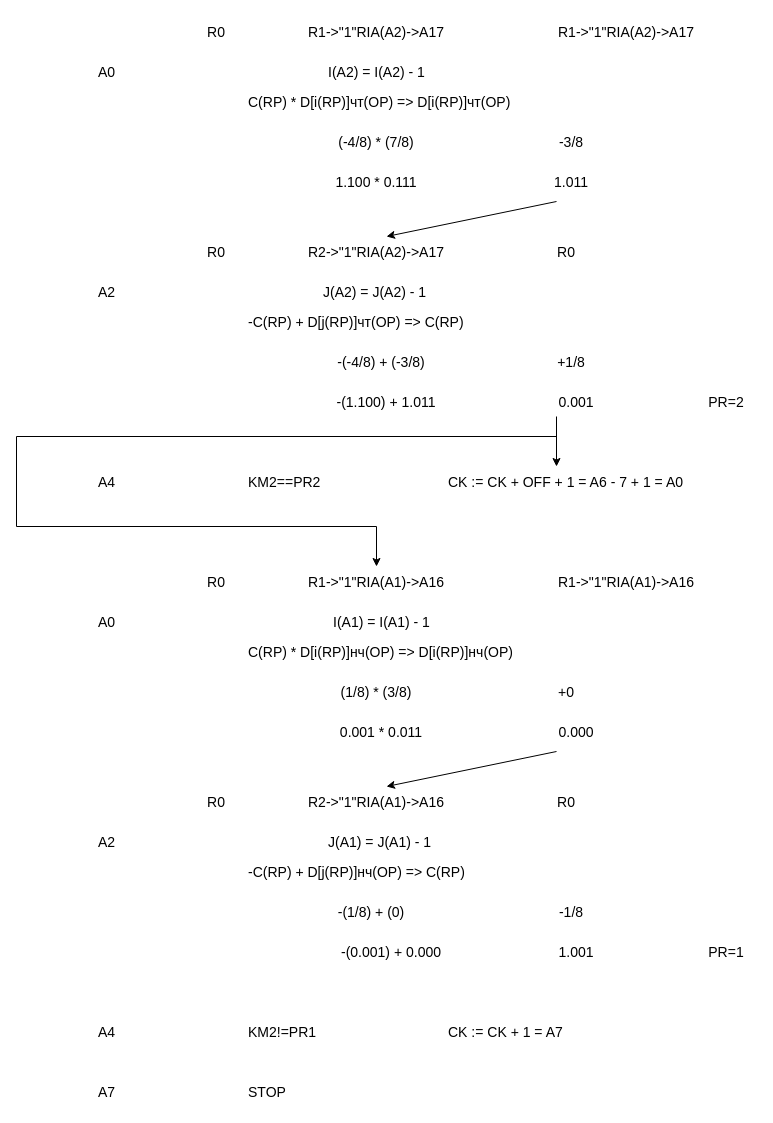
This is kursach/buk/program2.drawio from Altzgamer/schemotechnika25-26, a draw.io file, before an edit. Source tidied: cells renumbered, new cells numbered last; positions are measured from the earlier drawing's top-left corner, leaving out a move shared by most shapes. Both pictures are drawn from the tidied source at 100%, with x=0, y=0 at pixel (16, 16).
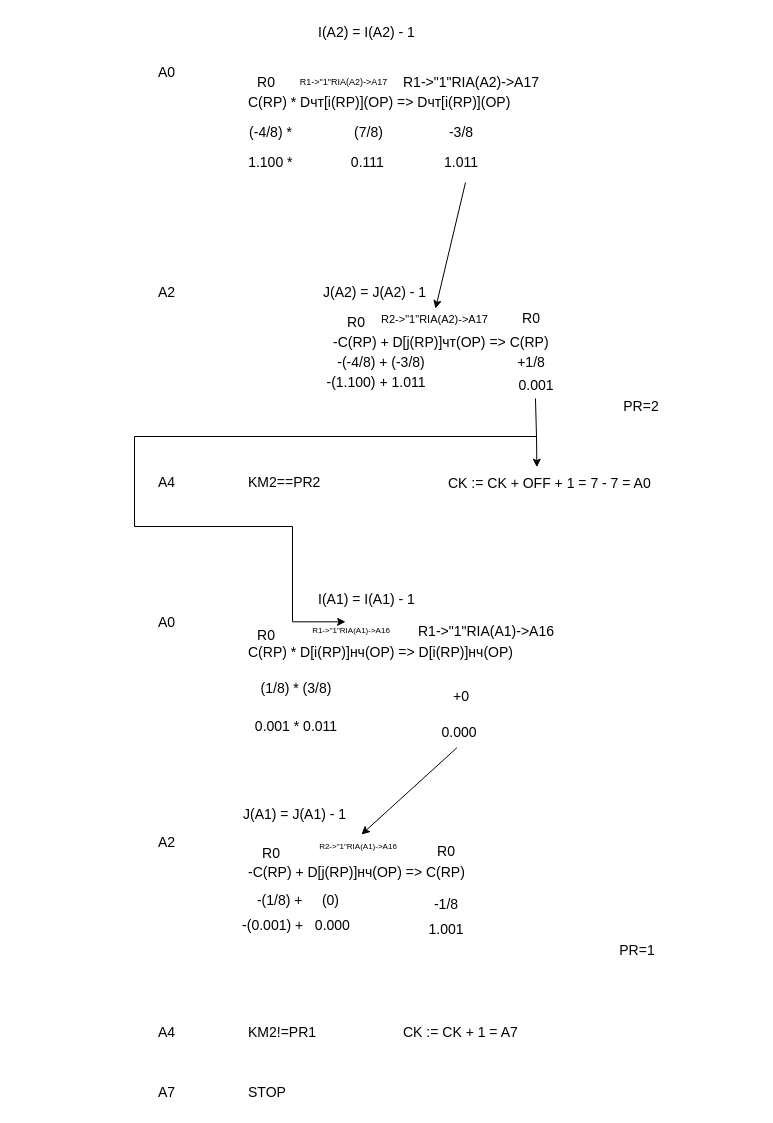
After the change.

The edit, as a diff of the source:
```diff
@@
     <mxCell id="2" value="R0" style="text;html=0;align=center;verticalAlign=middle;strokeColor=none;fillColor=none;fontSize=14;fontFamily=Arial;" parent="1" vertex="1">
-      <mxGeometry x="180" width="40" height="30" as="geometry" />
+      <mxGeometry x="230" y="50" width="40" height="30" as="geometry" />
     </mxCell>
-    <mxCell id="3" value="R1-&gt;&quot;1&quot;RIA(A2)-&gt;A17" style="text;html=0;align=center;verticalAlign=middle;strokeColor=none;fillColor=none;fontSize=14;fontFamily=Arial;" parent="1" vertex="1">
-      <mxGeometry x="280" width="160" height="30" as="geometry" />
+    <mxCell id="3" value="R1-&gt;&quot;1&quot;RIA(A2)-&gt;A17" style="text;html=0;align=center;verticalAlign=middle;strokeColor=none;fillColor=none;fontSize=9;fontFamily=Arial;" parent="1" vertex="1">
+      <mxGeometry x="275" y="54" width="105" height="23" as="geometry" />
     </mxCell>
     <mxCell id="4" value="R1-&gt;&quot;1&quot;RIA(A2)-&gt;A17" style="text;html=0;align=center;verticalAlign=middle;strokeColor=none;fillColor=none;fontSize=14;fontFamily=Arial;" parent="1" vertex="1">
-      <mxGeometry x="530" width="160" height="30" as="geometry" />
+      <mxGeometry x="375" y="50" width="160" height="30" as="geometry" />
     </mxCell>
     <mxCell id="5" value="A0" style="text;html=0;align=left;verticalAlign=middle;strokeColor=none;fillColor=none;fontSize=14;fontFamily=Arial;" parent="1" vertex="1">
-      <mxGeometry x="80" y="40" width="40" height="30" as="geometry" />
+      <mxGeometry x="140" y="40" width="40" height="30" as="geometry" />
     </mxCell>
-    <mxCell id="6" value="C(RP)   *   D[i(RP)]чт(OP) =&gt; D[i(RP)]чт(OP)" style="text;html=0;align=left;verticalAlign=middle;strokeColor=none;fillColor=none;fontSize=14;fontFamily=Arial;" parent="1" vertex="1">
-      <mxGeometry x="230" y="70" width="300" height="30" as="geometry" />
+    <mxCell id="6" value="C(RP)   *   Dчт[i(RP)](OP) =&gt; Dчт[i(RP)](OP)" style="text;html=0;align=left;verticalAlign=middle;strokeColor=none;fillColor=none;fontSize=14;fontFamily=Arial;" parent="1" vertex="1">
+      <mxGeometry x="230" y="70" width="290" height="30" as="geometry" />
     </mxCell>
     <mxCell id="7" value="I(A2) = I(A2) - 1" style="text;html=0;align=left;verticalAlign=middle;strokeColor=none;fillColor=none;fontSize=14;fontFamily=Arial;" parent="1" vertex="1">
-      <mxGeometry x="310" y="40" width="120" height="30" as="geometry" />
+      <mxGeometry x="300" width="120" height="30" as="geometry" />
     </mxCell>
-    <mxCell id="8" value="(-4/8) * (7/8)" style="text;html=0;align=center;verticalAlign=middle;strokeColor=none;fillColor=none;fontSize=14;fontFamily=Arial;" parent="1" vertex="1">
-      <mxGeometry x="310" y="110" width="100" height="30" as="geometry" />
+    <mxCell id="8" value="(-4/8) *                (7/8)" style="text;html=0;align=center;verticalAlign=middle;strokeColor=none;fillColor=none;fontSize=14;fontFamily=Arial;" parent="1" vertex="1">
+      <mxGeometry x="220" y="100" width="160" height="30" as="geometry" />
     </mxCell>
     <mxCell id="9" value="-3/8" style="text;html=0;align=center;verticalAlign=middle;strokeColor=none;fillColor=none;fontSize=14;fontFamily=Arial;" parent="1" vertex="1">
-      <mxGeometry x="530" y="110" width="50" height="30" as="geometry" />
+      <mxGeometry x="420" y="100" width="50" height="30" as="geometry" />
     </mxCell>
-    <mxCell id="10" value="1.100 * 0.111" style="text;html=0;align=center;verticalAlign=middle;strokeColor=none;fillColor=none;fontSize=14;fontFamily=Arial;" parent="1" vertex="1">
-      <mxGeometry x="310" y="150" width="100" height="30" as="geometry" />
+    <mxCell id="10" value="1.100 *               0.111" style="text;html=0;align=center;verticalAlign=middle;strokeColor=none;fillColor=none;fontSize=14;fontFamily=Arial;" parent="1" vertex="1">
+      <mxGeometry x="220" y="130" width="160" height="30" as="geometry" />
     </mxCell>
     <mxCell id="11" value="1.011" style="text;html=0;align=center;verticalAlign=middle;strokeColor=none;fillColor=none;fontSize=14;fontFamily=Arial;" parent="1" vertex="1">
-      <mxGeometry x="530" y="150" width="50" height="30" as="geometry" />
+      <mxGeometry x="420" y="130" width="50" height="30" as="geometry" />
     </mxCell>
     <mxCell id="12" value="R0" style="text;html=0;align=center;verticalAlign=middle;strokeColor=none;fillColor=none;fontSize=14;fontFamily=Arial;" parent="1" vertex="1">
-      <mxGeometry x="180" y="220" width="40" height="30" as="geometry" />
+      <mxGeometry x="320" y="290" width="40" height="30" as="geometry" />
     </mxCell>
-    <mxCell id="13" value="R2-&gt;&quot;1&quot;RIA(A2)-&gt;A17" style="text;html=0;align=center;verticalAlign=middle;points=[];strokeColor=none;fillColor=none;fontSize=14;fontFamily=Arial;" parent="1" vertex="1">
-      <mxGeometry x="280" y="220" width="160" height="30" as="geometry" />
+    <mxCell id="13" value="R2-&gt;&quot;1&quot;RIA(A2)-&gt;A17" style="text;html=0;align=center;verticalAlign=middle;points=[];strokeColor=none;fillColor=none;fontSize=11;fontFamily=Arial;" parent="1" vertex="1">
+      <mxGeometry x="356" y="290" width="125" height="25" as="geometry" />
     </mxCell>
     <mxCell id="14" value="R0" style="text;html=0;align=center;verticalAlign=middle;strokeColor=none;fillColor=none;fontSize=14;fontFamily=Arial;" parent="1" vertex="1">
-      <mxGeometry x="530" y="220" width="40" height="30" as="geometry" />
+      <mxGeometry x="495" y="286" width="40" height="30" as="geometry" />
     </mxCell>
     <mxCell id="15" value="A2" style="text;html=0;align=left;verticalAlign=middle;strokeColor=none;fillColor=none;fontSize=14;fontFamily=Arial;" parent="1" vertex="1">
-      <mxGeometry x="80" y="260" width="40" height="30" as="geometry" />
+      <mxGeometry x="140" y="260" width="40" height="30" as="geometry" />
     </mxCell>
     <mxCell id="16" value="-C(RP)   +   D[j(RP)]чт(OP) =&gt; C(RP)" style="text;html=0;align=left;verticalAlign=middle;strokeColor=none;fillColor=none;fontSize=14;fontFamily=Arial;" parent="1" vertex="1">
-      <mxGeometry x="230" y="290" width="280" height="30" as="geometry" />
+      <mxGeometry x="315" y="310" width="280" height="30" as="geometry" />
     </mxCell>
@@
     <mxCell id="19" value="+1/8" style="text;html=0;align=center;verticalAlign=middle;strokeColor=none;fillColor=none;fontSize=14;fontFamily=Arial;" parent="1" vertex="1">
-      <mxGeometry x="530" y="330" width="50" height="30" as="geometry" />
+      <mxGeometry x="490" y="330" width="50" height="30" as="geometry" />
     </mxCell>
     <mxCell id="20" value="-(1.100) + 1.011" style="text;html=0;align=center;verticalAlign=middle;strokeColor=none;fillColor=none;fontSize=14;fontFamily=Arial;" parent="1" vertex="1">
-      <mxGeometry x="310" y="370" width="120" height="30" as="geometry" />
+      <mxGeometry x="300" y="350" width="120" height="30" as="geometry" />
     </mxCell>
     <mxCell id="21" value="0.001" style="text;html=0;align=center;verticalAlign=middle;points=[];strokeColor=none;fillColor=none;fontSize=14;fontFamily=Arial;" parent="1" vertex="1">
-      <mxGeometry x="530" y="370" width="60" height="30" as="geometry" />
+      <mxGeometry x="490" y="353" width="60" height="30" as="geometry" />
     </mxCell>
     <mxCell id="22" value="PR=2" style="text;html=0;align=center;verticalAlign=middle;strokeColor=none;fillColor=none;fontSize=14;fontFamily=Arial;" parent="1" vertex="1">
-      <mxGeometry x="680" y="370" width="60" height="30" as="geometry" />
+      <mxGeometry x="595" y="374" width="60" height="30" as="geometry" />
     </mxCell>
     <mxCell id="23" value="A4" style="text;html=0;align=left;verticalAlign=middle;strokeColor=none;fillColor=none;fontSize=14;fontFamily=Arial;" parent="1" vertex="1">
-      <mxGeometry x="80" y="450" width="40" height="30" as="geometry" />
+      <mxGeometry x="140" y="450" width="40" height="30" as="geometry" />
     </mxCell>
@@
-    <mxCell id="25" value="CK := CK + OFF + 1 = A6 - 7 + 1 = A0" style="text;html=0;align=left;verticalAlign=middle;points=[];strokeColor=none;fillColor=none;fontSize=14;fontFamily=Arial;" parent="1" vertex="1">
-      <mxGeometry x="430" y="450" width="280" height="30" as="geometry" />
+    <mxCell id="25" value="CK := CK + OFF + 1 = 7 - 7 = A0" style="text;html=0;align=left;verticalAlign=middle;points=[];strokeColor=none;fillColor=none;fontSize=14;fontFamily=Arial;" parent="1" vertex="1">
+      <mxGeometry x="430" y="451" width="221" height="29" as="geometry" />
     </mxCell>
     <mxCell id="26" value="R0" style="text;html=0;align=center;verticalAlign=middle;strokeColor=none;fillColor=none;fontSize=14;fontFamily=Arial;" parent="1" vertex="1">
-      <mxGeometry x="180" y="550" width="40" height="30" as="geometry" />
+      <mxGeometry x="230" y="603" width="40" height="30" as="geometry" />
     </mxCell>
-    <mxCell id="27" value="R1-&gt;&quot;1&quot;RIA(A1)-&gt;A16" style="text;html=0;align=center;verticalAlign=middle;points=[];strokeColor=none;fillColor=none;fontSize=14;fontFamily=Arial;" parent="1" vertex="1">
-      <mxGeometry x="280" y="550" width="160" height="30" as="geometry" />
+    <mxCell id="27" value="R1-&gt;&quot;1&quot;RIA(A1)-&gt;A16" style="text;html=0;align=center;verticalAlign=middle;points=[];strokeColor=none;fillColor=none;fontSize=8;fontFamily=Arial;" parent="1" vertex="1">
+      <mxGeometry x="287" y="603" width="96" height="22" as="geometry" />
     </mxCell>
     <mxCell id="28" value="R1-&gt;&quot;1&quot;RIA(A1)-&gt;A16" style="text;html=0;align=center;verticalAlign=middle;strokeColor=none;fillColor=none;fontSize=14;fontFamily=Arial;" parent="1" vertex="1">
-      <mxGeometry x="530" y="550" width="160" height="30" as="geometry" />
+      <mxGeometry x="390" y="599" width="160" height="30" as="geometry" />
     </mxCell>
     <mxCell id="29" value="A0" style="text;html=0;align=left;verticalAlign=middle;strokeColor=none;fillColor=none;fontSize=14;fontFamily=Arial;" parent="1" vertex="1">
-      <mxGeometry x="80" y="590" width="40" height="30" as="geometry" />
+      <mxGeometry x="140" y="590" width="40" height="30" as="geometry" />
     </mxCell>
@@
     <mxCell id="31" value="I(A1) = I(A1) - 1" style="text;html=0;align=left;verticalAlign=middle;strokeColor=none;fillColor=none;fontSize=14;fontFamily=Arial;" parent="1" vertex="1">
-      <mxGeometry x="315" y="590" width="120" height="30" as="geometry" />
+      <mxGeometry x="300" y="567" width="120" height="30" as="geometry" />
     </mxCell>
     <mxCell id="32" value="(1/8) * (3/8)" style="text;html=0;align=center;verticalAlign=middle;strokeColor=none;fillColor=none;fontSize=14;fontFamily=Arial;" parent="1" vertex="1">
-      <mxGeometry x="310" y="660" width="100" height="30" as="geometry" />
+      <mxGeometry x="230" y="656" width="100" height="30" as="geometry" />
     </mxCell>
     <mxCell id="33" value="+0" style="text;html=0;align=center;verticalAlign=middle;strokeColor=none;fillColor=none;fontSize=14;fontFamily=Arial;" parent="1" vertex="1">
-      <mxGeometry x="530" y="660" width="40" height="30" as="geometry" />
+      <mxGeometry x="425" y="664" width="40" height="30" as="geometry" />
     </mxCell>
     <mxCell id="34" value="0.001 * 0.011" style="text;html=0;align=center;verticalAlign=middle;strokeColor=none;fillColor=none;fontSize=14;fontFamily=Arial;" parent="1" vertex="1">
-      <mxGeometry x="310" y="700" width="110" height="30" as="geometry" />
+      <mxGeometry x="225" y="694" width="110" height="30" as="geometry" />
     </mxCell>
     <mxCell id="35" value="0.000" style="text;html=0;align=center;verticalAlign=middle;points=[];strokeColor=none;fillColor=none;fontSize=14;fontFamily=Arial;" parent="1" vertex="1">
-      <mxGeometry x="530" y="700" width="60" height="30" as="geometry" />
+      <mxGeometry x="413" y="700" width="60" height="30" as="geometry" />
     </mxCell>
     <mxCell id="36" value="R0" style="text;html=0;align=center;verticalAlign=middle;strokeColor=none;fillColor=none;fontSize=14;fontFamily=Arial;" parent="1" vertex="1">
-      <mxGeometry x="180" y="770" width="40" height="30" as="geometry" />
+      <mxGeometry x="235" y="821" width="40" height="30" as="geometry" />
     </mxCell>
-    <mxCell id="37" value="R2-&gt;&quot;1&quot;RIA(A1)-&gt;A16" style="text;html=0;align=center;verticalAlign=middle;points=[];strokeColor=none;fillColor=none;fontSize=14;fontFamily=Arial;" parent="1" vertex="1">
-      <mxGeometry x="280" y="770" width="160" height="30" as="geometry" />
+    <mxCell id="37" value="R2-&gt;&quot;1&quot;RIA(A1)-&gt;A16" style="text;html=0;align=center;verticalAlign=middle;points=[];strokeColor=none;fillColor=none;fontSize=8;fontFamily=Arial;" parent="1" vertex="1">
+      <mxGeometry x="294" y="819" width="96" height="22" as="geometry" />
     </mxCell>
     <mxCell id="38" value="R0" style="text;html=0;align=center;verticalAlign=middle;strokeColor=none;fillColor=none;fontSize=14;fontFamily=Arial;" parent="1" vertex="1">
-      <mxGeometry x="530" y="770" width="40" height="30" as="geometry" />
+      <mxGeometry x="410" y="819" width="40" height="30" as="geometry" />
     </mxCell>
     <mxCell id="39" value="A2" style="text;html=0;align=left;verticalAlign=middle;strokeColor=none;fillColor=none;fontSize=14;fontFamily=Arial;" parent="1" vertex="1">
-      <mxGeometry x="80" y="810" width="40" height="30" as="geometry" />
+      <mxGeometry x="140" y="810" width="40" height="30" as="geometry" />
     </mxCell>
@@
     <mxCell id="41" value="J(A1) = J(A1) - 1" style="text;html=0;align=left;verticalAlign=middle;strokeColor=none;fillColor=none;fontSize=14;fontFamily=Arial;" parent="1" vertex="1">
-      <mxGeometry x="310" y="810" width="130" height="30" as="geometry" />
+      <mxGeometry x="225" y="782" width="130" height="30" as="geometry" />
     </mxCell>
-    <mxCell id="42" value="-(1/8) + (0)" style="text;html=0;align=center;verticalAlign=middle;strokeColor=none;fillColor=none;fontSize=14;fontFamily=Arial;" parent="1" vertex="1">
-      <mxGeometry x="310" y="880" width="90" height="30" as="geometry" />
+    <mxCell id="42" value="-(1/8) +     (0)" style="text;html=0;align=center;verticalAlign=middle;strokeColor=none;fillColor=none;fontSize=14;fontFamily=Arial;" parent="1" vertex="1">
+      <mxGeometry x="232" y="868" width="100" height="29" as="geometry" />
     </mxCell>
     <mxCell id="43" value="-1/8" style="text;html=0;align=center;verticalAlign=middle;strokeColor=none;fillColor=none;fontSize=14;fontFamily=Arial;" parent="1" vertex="1">
-      <mxGeometry x="530" y="880" width="50" height="30" as="geometry" />
+      <mxGeometry x="405" y="872" width="50" height="30" as="geometry" />
     </mxCell>
-    <mxCell id="44" value="-(0.001) + 0.000" style="text;html=0;align=center;verticalAlign=middle;strokeColor=none;fillColor=none;fontSize=14;fontFamily=Arial;" parent="1" vertex="1">
-      <mxGeometry x="310" y="920" width="130" height="30" as="geometry" />
+    <mxCell id="44" value="-(0.001) +   0.000" style="text;html=0;align=center;verticalAlign=middle;strokeColor=none;fillColor=none;fontSize=14;fontFamily=Arial;" parent="1" vertex="1">
+      <mxGeometry x="217" y="893" width="126" height="29" as="geometry" />
     </mxCell>
     <mxCell id="45" value="1.001" style="text;html=0;align=center;verticalAlign=middle;strokeColor=none;fillColor=none;fontSize=14;fontFamily=Arial;" parent="1" vertex="1">
-      <mxGeometry x="530" y="920" width="60" height="30" as="geometry" />
+      <mxGeometry x="400" y="897" width="60" height="30" as="geometry" />
     </mxCell>
     <mxCell id="46" value="PR=1" style="text;html=0;align=center;verticalAlign=middle;strokeColor=none;fillColor=none;fontSize=14;fontFamily=Arial;" parent="1" vertex="1">
-      <mxGeometry x="680" y="920" width="60" height="30" as="geometry" />
+      <mxGeometry x="591" y="918" width="60" height="30" as="geometry" />
     </mxCell>
     <mxCell id="47" value="A4" style="text;html=0;align=left;verticalAlign=middle;strokeColor=none;fillColor=none;fontSize=14;fontFamily=Arial;" parent="1" vertex="1">
-      <mxGeometry x="80" y="1000" width="40" height="30" as="geometry" />
+      <mxGeometry x="140" y="1000" width="40" height="30" as="geometry" />
     </mxCell>
@@
     <mxCell id="49" value="CK := CK + 1 = A7" style="text;html=0;align=left;verticalAlign=middle;strokeColor=none;fillColor=none;fontSize=14;fontFamily=Arial;" parent="1" vertex="1">
-      <mxGeometry x="430" y="1000" width="150" height="30" as="geometry" />
+      <mxGeometry x="385" y="1000" width="150" height="30" as="geometry" />
     </mxCell>
     <mxCell id="50" value="A7" style="text;html=0;align=left;verticalAlign=middle;strokeColor=none;fillColor=none;fontSize=14;fontFamily=Arial;" parent="1" vertex="1">
-      <mxGeometry x="80" y="1060" width="30" height="30" as="geometry" />
+      <mxGeometry x="140" y="1060" width="30" height="30" as="geometry" />
     </mxCell>
@@
-    <mxCell id="52" style="edgeStyle=none;rounded=0;orthogonalLoop=1;jettySize=auto;html=1;endArrow=classic;endFill=1;strokeWidth=1;strokeColor=#000000;" parent="1" edge="1">
+    <mxCell id="52" style="edgeStyle=none;rounded=0;jettySize=auto;html=1;endArrow=classic;endFill=1;strokeWidth=1;strokeColor=#000000;entryX=0.504;entryY=0.083;entryDx=0;entryDy=0;entryPerimeter=0;" parent="1" edge="1" target="13">
       <mxGeometry relative="1" as="geometry">
-        <mxPoint x="540" y="185" as="sourcePoint" />
-        <mxPoint x="370" y="220" as="targetPoint" />
+        <mxPoint x="449" y="166" as="sourcePoint" />
       </mxGeometry>
     </mxCell>
-    <mxCell id="53" style="edgeStyle=none;rounded=0;orthogonalLoop=1;jettySize=auto;html=1;endArrow=classic;endFill=1;strokeWidth=1;strokeColor=#000000;" parent="1" edge="1">
-      <mxGeometry relative="1" as="geometry">
-        <mxPoint x="540" y="735" as="sourcePoint" />
-        <mxPoint x="370" y="770" as="targetPoint" />
-      </mxGeometry>
+    <mxCell id="53" style="edgeStyle=none;rounded=0;jettySize=auto;html=1;endArrow=classic;endFill=1;strokeWidth=1;strokeColor=#000000;exitX=0.456;exitY=1.044;exitDx=0;exitDy=0;exitPerimeter=0;entryX=0.531;entryY=-0.045;entryDx=0;entryDy=0;entryPerimeter=0;" parent="1" edge="1" source="35" target="37">
+      <mxGeometry relative="1" as="geometry" />
     </mxCell>
-    <mxCell id="54" style="edgeStyle=none;rounded=0;orthogonalLoop=1;jettySize=auto;html=1;endArrow=classic;endFill=1;strokeWidth=1;strokeColor=#000000;" parent="1" edge="1">
+    <mxCell id="54" style="edgeStyle=none;rounded=0;jettySize=auto;html=1;endArrow=classic;endFill=1;strokeWidth=1;strokeColor=#000000;exitX=0.483;exitY=0.967;exitDx=0;exitDy=0;exitPerimeter=0;entryX=0.409;entryY=-0.011;entryDx=0;entryDy=0;entryPerimeter=0;" parent="1" edge="1" source="21" target="25">
       <mxGeometry relative="1" as="geometry">
-        <mxPoint x="540" y="400" as="sourcePoint" />
-        <mxPoint x="540" y="450" as="targetPoint" />
+        <Array as="points">
+          <mxPoint x="520" y="420" />
+        </Array>
       </mxGeometry>
     </mxCell>
-    <mxCell id="55" style="edgeStyle=orthogonalEdgeStyle;rounded=0;orthogonalLoop=1;jettySize=auto;html=1;endArrow=classic;endFill=1;strokeWidth=1;strokeColor=#000000;" parent="1" edge="1">
+    <mxCell id="55" style="edgeStyle=orthogonalEdgeStyle;rounded=0;jettySize=auto;html=1;endArrow=classic;endFill=1;strokeWidth=1;strokeColor=#000000;entryX=0.438;entryY=0.106;entryDx=0;entryDy=0;entryPerimeter=0;" parent="1" edge="1" target="27">
       <mxGeometry relative="1" as="geometry">
-        <mxPoint x="540" y="420" as="sourcePoint" />
-        <mxPoint x="360" y="550" as="targetPoint" />
+        <mxPoint x="520" y="420" as="sourcePoint" />
         <Array as="points">
-          <mxPoint y="420" />
-          <mxPoint y="510" />
-          <mxPoint x="360" y="510" />
-          <mxPoint x="360" y="550" />
+          <mxPoint x="118" y="420" />
+          <mxPoint x="118" y="510" />
+          <mxPoint x="276" y="510" />
+          <mxPoint x="276" y="605" />
         </Array>
       </mxGeometry>
     </mxCell>
```
